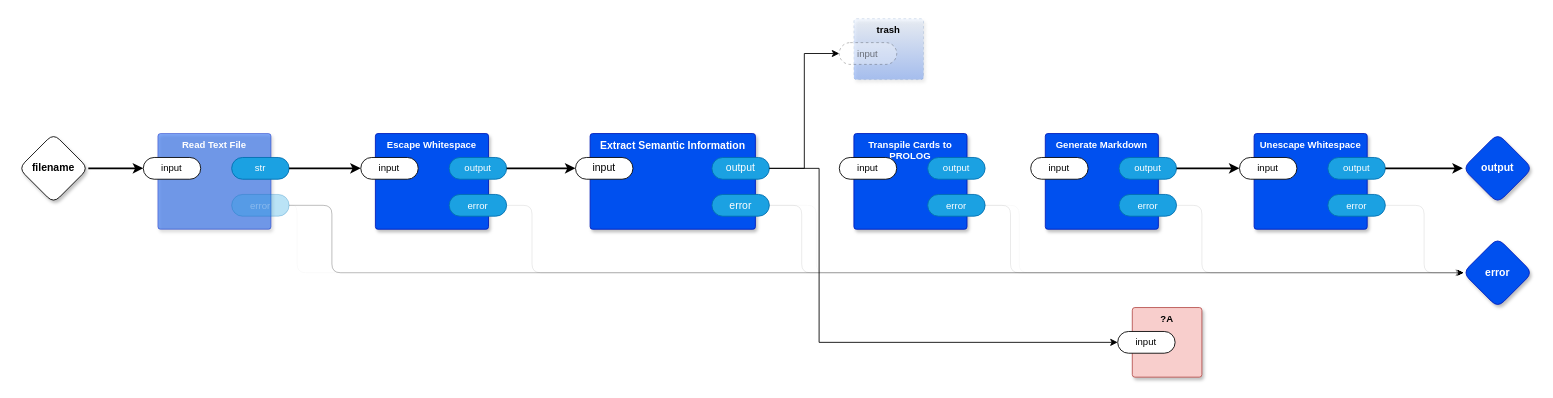
guitarvydas/kinopio2md keeps this draw.io diagram as page "main" (1 of 7) of src/top.drawio. Above is the earlier version. Source tidied: cells renumbered, new cells numbered last; positions are measured from the earlier drawing's top-left corner, leaving out a move shared by most shapes. Both pictures are drawn from the tidied source at 87%, with x=0, y=0 at pixel (18, 18).
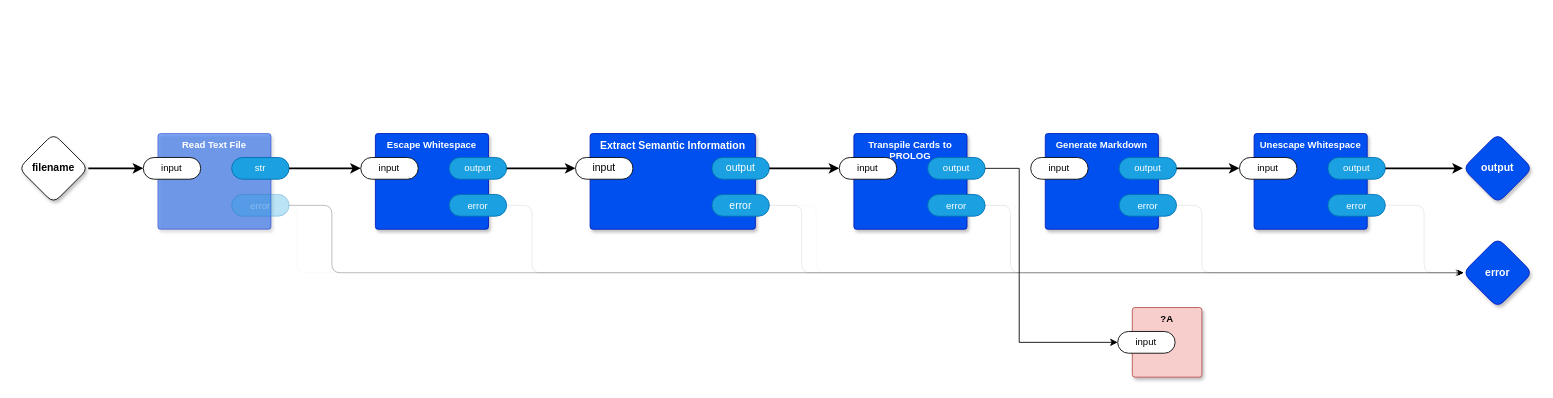
The same page after the edit.

The change refers to these unchanged cells:
```xml
<mxCell id="8" value="output" style="rounded=1;whiteSpace=wrap;html=1;sketch=0;points=[[0,0.5,0,0,0],[1,0.5,0,0,0]];fillColor=#1ba1e2;fontColor=#ffffff;strokeColor=#006EAF;arcSize=50;" parent="5" vertex="1">
  <mxGeometry x="140" y="27.5" width="66" height="25" as="geometry" />
</mxCell>
<mxCell id="17" value="input" style="rounded=1;whiteSpace=wrap;html=1;sketch=0;points=[[0,0.5,0,0,0],[1,0.5,0,0,0]];arcSize=50;fontFamily=Helvetica;fontSize=11;fontColor=default;" parent="16" vertex="1">
  <mxGeometry x="-16.8" y="27.5" width="66" height="25" as="geometry" />
</mxCell>
<mxCell id="18" value="output" style="rounded=1;whiteSpace=wrap;html=1;sketch=0;points=[[0,0.5,0,0,0],[1,0.5,0,0,0]];fillColor=#1ba1e2;fontColor=#ffffff;strokeColor=#006EAF;arcSize=50;fontFamily=Helvetica;fontSize=11;" parent="16" vertex="1">
  <mxGeometry x="84.8" y="27.5" width="66" height="25" as="geometry" />
</mxCell>
<mxCell id="43" value="input" style="rounded=1;whiteSpace=wrap;html=1;sketch=0;points=[[0,0.5,0,0,0],[1,0.5,0,0,0]];arcSize=50;fontFamily=Helvetica;fontSize=11;fontColor=default;" parent="42" vertex="1">
  <mxGeometry x="-16.8" y="27.5" width="66" height="25" as="geometry" />
</mxCell>
```

Change to the diagram source:
```diff
@@
-    <mxCell id="44" value="trash" style="rounded=1;whiteSpace=wrap;html=1;sketch=0;verticalAlign=top;arcSize=6;fontStyle=1;absoluteArcSize=1;shadow=1;strokeColor=#6c8ebf;fillColor=#dae8fc;fontFamily=Helvetica;fontSize=11;dashed=1;opacity=30;gradientColor=#0050EF;" parent="1" vertex="1">
-      <mxGeometry x="960" width="80" height="70" as="geometry" />
-    </mxCell>
-    <mxCell id="45" value="input" style="rounded=1;whiteSpace=wrap;html=1;sketch=0;points=[[0,0.5,0,0,0],[1,0.5,0,0,0]];arcSize=50;fontFamily=Helvetica;fontSize=11;fontColor=default;dashed=1;textOpacity=50;opacity=30;" parent="44" vertex="1">
-      <mxGeometry x="-16.8" y="27.5" width="66" height="25" as="geometry" />
-    </mxCell>
-    <mxCell id="46" style="edgeStyle=orthogonalEdgeStyle;rounded=0;jettySize=auto;html=1;exitX=1;exitY=0.5;exitDx=0;exitDy=0;exitPerimeter=0;entryX=0;entryY=0.5;entryDx=0;entryDy=0;entryPerimeter=0;" parent="1" edge="1" source="8" target="45">
-      <mxGeometry relative="1" as="geometry" />
-    </mxCell>
@@
-    <mxCell id="48" style="edgeStyle=orthogonalEdgeStyle;rounded=0;jettySize=auto;html=1;entryX=0;entryY=0.5;entryDx=0;entryDy=0;entryPerimeter=0;" parent="1" edge="1" source="8" target="43">
-      <mxGeometry relative="1" as="geometry">
-        <Array as="points">
-          <mxPoint x="920" y="172" />
-          <mxPoint x="920" y="372" />
-        </Array>
-      </mxGeometry>
-    </mxCell>
+    <mxCell id="49" style="edgeStyle=orthogonalEdgeStyle;rounded=0;jettySize=auto;html=1;exitX=1;exitY=0.5;exitDx=0;exitDy=0;exitPerimeter=0;entryX=0;entryY=0.5;entryDx=0;entryDy=0;entryPerimeter=0;" parent="1" edge="1" source="18" target="43">
+      <mxGeometry relative="1" as="geometry">
+        <Array as="points">
+          <mxPoint x="1150" y="172" />
+          <mxPoint x="1150" y="372" />
+        </Array>
+      </mxGeometry>
+    </mxCell>
+    <mxCell id="50" style="edgeStyle=orthogonalEdgeStyle;rounded=0;jettySize=auto;html=1;exitX=1;exitY=0.5;exitDx=0;exitDy=0;exitPerimeter=0;strokeWidth=2;" parent="1" edge="1" source="8" target="17">
+      <mxGeometry relative="1" as="geometry" />
+    </mxCell>
```
